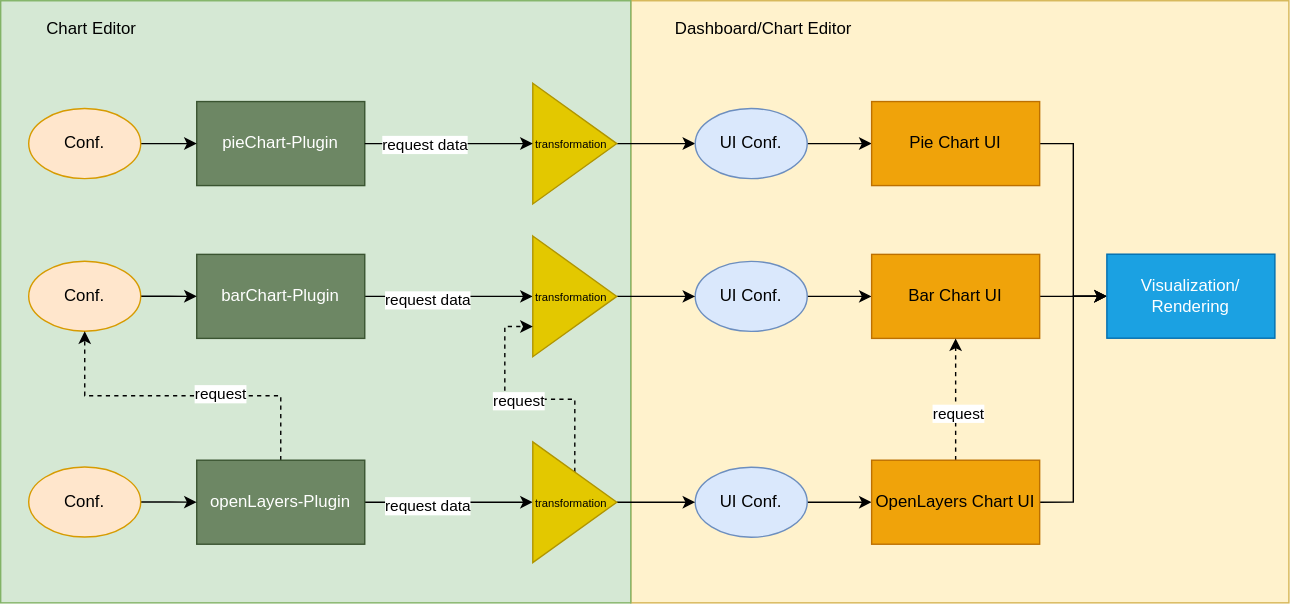
terrestris/foss4g2023 keeps this draw.io diagram as public/assets/superset/architecture.svg. Above is the earlier version. Source tidied: cells renumbered, new cells last; positions are measured from the earlier drawing's top-left corner, leaving out a move shared by most shapes. The source it was exported from:
```xml
<mxGraphModel>
  <root>
    <mxCell id="0" />
    <mxCell id="1" parent="0" />
    <mxCell id="2" style="rounded=0;whiteSpace=wrap;html=1;fillColor=#fff2cc;strokeColor=#d6b656;" parent="1" vertex="1">
      <mxGeometry x="450" width="470" height="430" as="geometry" />
    </mxCell>
    <mxCell id="3" style="rounded=0;whiteSpace=wrap;html=1;fillColor=#d5e8d4;strokeColor=#82b366;" parent="1" vertex="1">
      <mxGeometry width="450" height="430" as="geometry" />
    </mxCell>
    <mxCell id="4" style="edgeStyle=orthogonalEdgeStyle;rounded=0;jettySize=auto;html=1;exitX=1;exitY=0.5;exitDx=0;exitDy=0;startArrow=none;" parent="1" edge="1" source="16" target="10">
      <mxGeometry relative="1" as="geometry" />
    </mxCell>
    <mxCell id="5" value="pieChart-Plugin" style="rounded=0;whiteSpace=wrap;html=1;fillColor=#6d8764;fontColor=#ffffff;strokeColor=#3A5431;" parent="1" vertex="1">
      <mxGeometry x="140" y="72" width="120" height="60" as="geometry" />
    </mxCell>
    <mxCell id="6" style="edgeStyle=orthogonalEdgeStyle;rounded=0;jettySize=auto;html=1;exitX=1;exitY=0.5;exitDx=0;exitDy=0;entryX=0;entryY=0.5;entryDx=0;entryDy=0;fontSize=8;" parent="1" edge="1" source="8" target="18">
      <mxGeometry relative="1" as="geometry" />
    </mxCell>
    <mxCell id="7" value="request data" style="edgeLabel;html=1;align=center;verticalAlign=middle;" parent="6" vertex="1">
      <mxGeometry x="-0.25" y="-3" relative="1" as="geometry" />
    </mxCell>
    <mxCell id="8" value="barChart-Plugin" style="rounded=0;whiteSpace=wrap;html=1;fillColor=#6d8764;fontColor=#ffffff;strokeColor=#3A5431;" parent="1" vertex="1">
      <mxGeometry x="140" y="181.1" width="120" height="60" as="geometry" />
    </mxCell>
    <mxCell id="9" style="edgeStyle=orthogonalEdgeStyle;rounded=0;jettySize=auto;html=1;exitX=1;exitY=0.5;exitDx=0;exitDy=0;entryX=0;entryY=0.5;entryDx=0;entryDy=0;endArrow=classic;endFill=1;" parent="1" edge="1" source="10" target="37">
      <mxGeometry relative="1" as="geometry" />
    </mxCell>
    <mxCell id="10" value="UI Conf." style="ellipse;whiteSpace=wrap;html=1;fillColor=#dae8fc;strokeColor=#6c8ebf;" parent="1" vertex="1">
      <mxGeometry x="496" y="77" width="80" height="50" as="geometry" />
    </mxCell>
    <mxCell id="11" value="Chart Editor" style="text;html=1;strokeColor=none;fillColor=none;align=center;verticalAlign=middle;whiteSpace=wrap;rounded=0;" parent="1" vertex="1">
      <mxGeometry y="5" width="130" height="30" as="geometry" />
    </mxCell>
    <mxCell id="12" style="edgeStyle=orthogonalEdgeStyle;rounded=0;jettySize=auto;html=1;exitX=1;exitY=0.5;exitDx=0;exitDy=0;entryX=0;entryY=0.5;entryDx=0;entryDy=0;" parent="1" edge="1" source="13" target="8">
      <mxGeometry relative="1" as="geometry" />
    </mxCell>
    <mxCell id="13" value="Conf." style="ellipse;whiteSpace=wrap;html=1;fillColor=#ffe6cc;strokeColor=#d79b00;" parent="1" vertex="1">
      <mxGeometry x="20" y="186" width="80" height="50" as="geometry" />
    </mxCell>
    <mxCell id="14" style="edgeStyle=orthogonalEdgeStyle;rounded=0;jettySize=auto;html=1;exitX=1;exitY=0.5;exitDx=0;exitDy=0;entryX=0;entryY=0.5;entryDx=0;entryDy=0;endArrow=classic;endFill=1;" parent="1" edge="1" source="15" target="39">
      <mxGeometry relative="1" as="geometry" />
    </mxCell>
    <mxCell id="15" value="UI Conf." style="ellipse;whiteSpace=wrap;html=1;fillColor=#dae8fc;strokeColor=#6c8ebf;" parent="1" vertex="1">
      <mxGeometry x="496" y="186.1" width="80" height="50" as="geometry" />
    </mxCell>
    <mxCell id="16" value="&lt;div align=&quot;left&quot;&gt;&lt;span style=&quot;font-size: 8px;&quot;&gt;transformation&lt;/span&gt;&lt;/div&gt;" style="triangle;whiteSpace=wrap;html=1;align=left;fillColor=#e3c800;fontColor=#000000;strokeColor=#B09500;" parent="1" vertex="1">
      <mxGeometry x="380" y="58.9" width="60" height="86.2" as="geometry" />
    </mxCell>
    <mxCell id="17" style="edgeStyle=orthogonalEdgeStyle;rounded=0;jettySize=auto;html=1;exitX=1;exitY=0.5;exitDx=0;exitDy=0;entryX=0;entryY=0.5;entryDx=0;entryDy=0;fontSize=8;" parent="1" edge="1" source="18" target="15">
      <mxGeometry relative="1" as="geometry" />
    </mxCell>
    <mxCell id="18" value="&lt;div align=&quot;left&quot;&gt;&lt;span style=&quot;font-size: 8px;&quot;&gt;transformation&lt;/span&gt;&lt;/div&gt;" style="triangle;whiteSpace=wrap;html=1;align=left;fillColor=#e3c800;fontColor=#000000;strokeColor=#B09500;" parent="1" vertex="1">
      <mxGeometry x="380" y="168" width="60" height="86.2" as="geometry" />
    </mxCell>
    <mxCell id="19" style="edgeStyle=orthogonalEdgeStyle;rounded=0;jettySize=auto;html=1;entryX=0;entryY=0.5;entryDx=0;entryDy=0;fontSize=8;" parent="1" edge="1" source="20" target="5">
      <mxGeometry relative="1" as="geometry" />
    </mxCell>
    <mxCell id="20" value="Conf." style="ellipse;whiteSpace=wrap;html=1;fillColor=#ffe6cc;strokeColor=#d79b00;" parent="1" vertex="1">
      <mxGeometry x="20" y="77" width="80" height="50" as="geometry" />
    </mxCell>
    <mxCell id="21" style="edgeStyle=orthogonalEdgeStyle;rounded=0;jettySize=auto;html=1;exitX=1;exitY=0.5;exitDx=0;exitDy=0;endArrow=classic;entryX=0;entryY=0.5;entryDx=0;entryDy=0;endFill=1;" parent="1" edge="1" source="5" target="16">
      <mxGeometry relative="1" as="geometry" />
    </mxCell>
    <mxCell id="22" value="request data" style="edgeLabel;html=1;align=center;verticalAlign=middle;" parent="21" vertex="1">
      <mxGeometry x="-0.29" y="-1" relative="1" as="geometry" />
    </mxCell>
    <mxCell id="23" style="edgeStyle=orthogonalEdgeStyle;rounded=0;jettySize=auto;html=1;exitX=1;exitY=0.5;exitDx=0;exitDy=0;entryX=0;entryY=0.5;entryDx=0;entryDy=0;fontSize=8;" parent="1" edge="1" source="27" target="35">
      <mxGeometry relative="1" as="geometry" />
    </mxCell>
    <mxCell id="24" value="request data" style="edgeLabel;html=1;align=center;verticalAlign=middle;" parent="23" vertex="1">
      <mxGeometry x="-0.25" y="-3" relative="1" as="geometry" />
    </mxCell>
    <mxCell id="25" style="edgeStyle=orthogonalEdgeStyle;rounded=0;jettySize=auto;html=1;exitX=0.5;exitY=0;exitDx=0;exitDy=0;entryX=0.5;entryY=1;entryDx=0;entryDy=0;endArrow=classic;endFill=1;dashed=1;" parent="1" edge="1" source="27" target="13">
      <mxGeometry relative="1" as="geometry" />
    </mxCell>
    <mxCell id="26" value="request" style="edgeLabel;html=1;align=center;verticalAlign=middle;" parent="25" vertex="1">
      <mxGeometry x="-0.23" y="-1" relative="1" as="geometry" />
    </mxCell>
    <mxCell id="27" value="openLayers-Plugin" style="rounded=0;whiteSpace=wrap;html=1;fillColor=#6d8764;fontColor=#ffffff;strokeColor=#3A5431;" parent="1" vertex="1">
      <mxGeometry x="140" y="328.1" width="120" height="60" as="geometry" />
    </mxCell>
    <mxCell id="28" style="edgeStyle=orthogonalEdgeStyle;rounded=0;jettySize=auto;html=1;exitX=1;exitY=0.5;exitDx=0;exitDy=0;entryX=0;entryY=0.5;entryDx=0;entryDy=0;" parent="1" edge="1" source="29" target="27">
      <mxGeometry relative="1" as="geometry" />
    </mxCell>
    <mxCell id="29" value="Conf." style="ellipse;whiteSpace=wrap;html=1;fillColor=#ffe6cc;strokeColor=#d79b00;" parent="1" vertex="1">
      <mxGeometry x="20" y="333" width="80" height="50" as="geometry" />
    </mxCell>
    <mxCell id="30" style="edgeStyle=orthogonalEdgeStyle;rounded=0;jettySize=auto;html=1;exitX=1;exitY=0.5;exitDx=0;exitDy=0;entryX=0;entryY=0.5;entryDx=0;entryDy=0;endArrow=classic;endFill=1;" parent="1" edge="1" source="31" target="43">
      <mxGeometry relative="1" as="geometry" />
    </mxCell>
    <mxCell id="31" value="UI Conf." style="ellipse;whiteSpace=wrap;html=1;fillColor=#dae8fc;strokeColor=#6c8ebf;" parent="1" vertex="1">
      <mxGeometry x="496" y="333.1" width="80" height="50" as="geometry" />
    </mxCell>
    <mxCell id="32" style="edgeStyle=orthogonalEdgeStyle;rounded=0;jettySize=auto;html=1;exitX=1;exitY=0.5;exitDx=0;exitDy=0;entryX=0;entryY=0.5;entryDx=0;entryDy=0;fontSize=8;" parent="1" edge="1" source="35" target="31">
      <mxGeometry relative="1" as="geometry" />
    </mxCell>
    <mxCell id="33" style="edgeStyle=orthogonalEdgeStyle;rounded=0;jettySize=auto;html=1;exitX=0.5;exitY=0;exitDx=0;exitDy=0;entryX=0;entryY=0.75;entryDx=0;entryDy=0;dashed=1;endArrow=classic;endFill=1;" parent="1" edge="1" source="35" target="18">
      <mxGeometry relative="1" as="geometry" />
    </mxCell>
    <mxCell id="34" value="request" style="edgeLabel;html=1;align=center;verticalAlign=middle;" parent="33" vertex="1">
      <mxGeometry x="0.06" y="1" relative="1" as="geometry" />
    </mxCell>
    <mxCell id="35" value="&lt;div align=&quot;left&quot;&gt;&lt;span style=&quot;font-size: 8px;&quot;&gt;transformation&lt;/span&gt;&lt;/div&gt;" style="triangle;whiteSpace=wrap;html=1;align=left;fillColor=#e3c800;fontColor=#000000;strokeColor=#B09500;" parent="1" vertex="1">
      <mxGeometry x="380" y="315" width="60" height="86.2" as="geometry" />
    </mxCell>
    <mxCell id="36" style="edgeStyle=orthogonalEdgeStyle;rounded=0;jettySize=auto;html=1;exitX=1;exitY=0.5;exitDx=0;exitDy=0;entryX=0;entryY=0.5;entryDx=0;entryDy=0;endArrow=classic;endFill=1;" parent="1" edge="1" source="37" target="45">
      <mxGeometry relative="1" as="geometry" />
    </mxCell>
    <mxCell id="37" value="Pie Chart&amp;nbsp;UI" style="rounded=0;whiteSpace=wrap;html=1;fillColor=#f0a30a;fontColor=#000000;strokeColor=#BD7000;" parent="1" vertex="1">
      <mxGeometry x="622" y="72" width="120" height="60" as="geometry" />
    </mxCell>
    <mxCell id="38" style="edgeStyle=orthogonalEdgeStyle;rounded=0;jettySize=auto;html=1;exitX=1;exitY=0.5;exitDx=0;exitDy=0;endArrow=classic;endFill=1;" parent="1" edge="1" source="39">
      <mxGeometry relative="1" as="geometry">
        <mxPoint x="790" y="211" as="targetPoint" />
      </mxGeometry>
    </mxCell>
    <mxCell id="39" value="Bar Chart&amp;nbsp;UI" style="rounded=0;whiteSpace=wrap;html=1;fillColor=#f0a30a;fontColor=#000000;strokeColor=#BD7000;" parent="1" vertex="1">
      <mxGeometry x="622" y="181.1" width="120" height="60" as="geometry" />
    </mxCell>
    <mxCell id="40" style="edgeStyle=orthogonalEdgeStyle;rounded=0;jettySize=auto;html=1;exitX=0.5;exitY=0;exitDx=0;exitDy=0;entryX=0.5;entryY=1;entryDx=0;entryDy=0;endArrow=classic;endFill=1;dashed=1;" parent="1" edge="1" source="43" target="39">
      <mxGeometry relative="1" as="geometry" />
    </mxCell>
    <mxCell id="41" value="request" style="edgeLabel;html=1;align=center;verticalAlign=middle;" parent="40" vertex="1">
      <mxGeometry x="-0.24" y="-2" relative="1" as="geometry" />
    </mxCell>
    <mxCell id="42" style="edgeStyle=orthogonalEdgeStyle;rounded=0;jettySize=auto;html=1;exitX=1;exitY=0.5;exitDx=0;exitDy=0;entryX=0;entryY=0.5;entryDx=0;entryDy=0;endArrow=classic;endFill=1;" parent="1" edge="1" source="43" target="45">
      <mxGeometry relative="1" as="geometry" />
    </mxCell>
    <mxCell id="43" value="OpenLayers Chart UI" style="rounded=0;whiteSpace=wrap;html=1;fillColor=#f0a30a;fontColor=#000000;strokeColor=#BD7000;" parent="1" vertex="1">
      <mxGeometry x="622" y="328.1" width="120" height="60" as="geometry" />
    </mxCell>
    <mxCell id="44" value="Dashboard/Chart Editor" style="text;html=1;strokeColor=none;fillColor=none;align=center;verticalAlign=middle;whiteSpace=wrap;rounded=0;" parent="1" vertex="1">
      <mxGeometry x="480" y="5" width="130" height="30" as="geometry" />
    </mxCell>
    <mxCell id="45" value="Visualization/&lt;br&gt;Rendering" style="rounded=0;whiteSpace=wrap;html=1;fillColor=#1ba1e2;fontColor=#ffffff;strokeColor=#006EAF;" parent="1" vertex="1">
      <mxGeometry x="790" y="181" width="120" height="60" as="geometry" />
    </mxCell>
  </root>
</mxGraphModel>
```
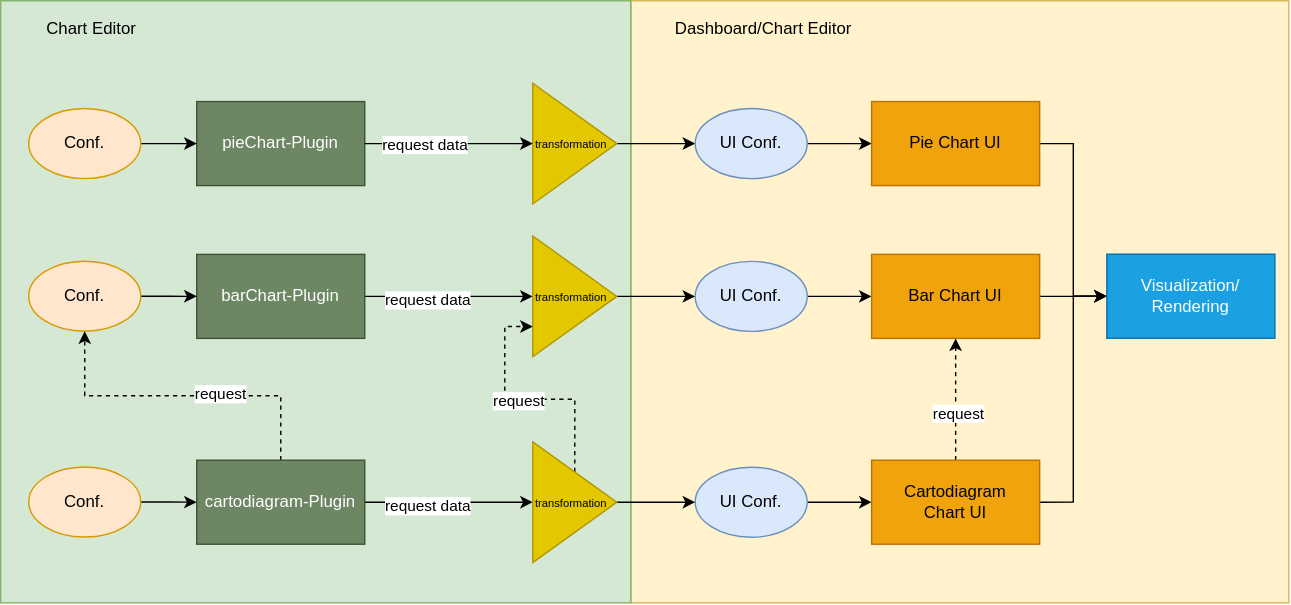
After the commit.

Change to the diagram source:
```diff
@@ -77,7 +77,7 @@
     <mxCell id="26" value="request" style="edgeLabel;html=1;align=center;verticalAlign=middle;" parent="25" vertex="1">
       <mxGeometry x="-0.23" y="-1" relative="1" as="geometry" />
     </mxCell>
-    <mxCell id="27" value="openLayers-Plugin" style="rounded=0;whiteSpace=wrap;html=1;fillColor=#6d8764;fontColor=#ffffff;strokeColor=#3A5431;" parent="1" vertex="1">
+    <mxCell id="27" value="cartodiagram-Plugin" style="rounded=0;whiteSpace=wrap;html=1;fillColor=#6d8764;fontColor=#ffffff;strokeColor=#3A5431;" parent="1" vertex="1">
       <mxGeometry x="140" y="328.1" width="120" height="60" as="geometry" />
     </mxCell>
     <mxCell id="28" style="edgeStyle=orthogonalEdgeStyle;rounded=0;jettySize=auto;html=1;exitX=1;exitY=0.5;exitDx=0;exitDy=0;entryX=0;entryY=0.5;entryDx=0;entryDy=0;" parent="1" edge="1" source="29" target="27">
@@ -127,7 +127,7 @@
     <mxCell id="42" style="edgeStyle=orthogonalEdgeStyle;rounded=0;jettySize=auto;html=1;exitX=1;exitY=0.5;exitDx=0;exitDy=0;entryX=0;entryY=0.5;entryDx=0;entryDy=0;endArrow=classic;endFill=1;" parent="1" edge="1" source="43" target="45">
       <mxGeometry relative="1" as="geometry" />
     </mxCell>
-    <mxCell id="43" value="OpenLayers Chart UI" style="rounded=0;whiteSpace=wrap;html=1;fillColor=#f0a30a;fontColor=#000000;strokeColor=#BD7000;" parent="1" vertex="1">
+    <mxCell id="43" value="Cartodiagram Chart&amp;nbsp;UI" style="rounded=0;whiteSpace=wrap;html=1;fillColor=#f0a30a;fontColor=#000000;strokeColor=#BD7000;" parent="1" vertex="1">
       <mxGeometry x="622" y="328.1" width="120" height="60" as="geometry" />
     </mxCell>
     <mxCell id="44" value="Dashboard/Chart Editor" style="text;html=1;strokeColor=none;fillColor=none;align=center;verticalAlign=middle;whiteSpace=wrap;rounded=0;" parent="1" vertex="1">
```
